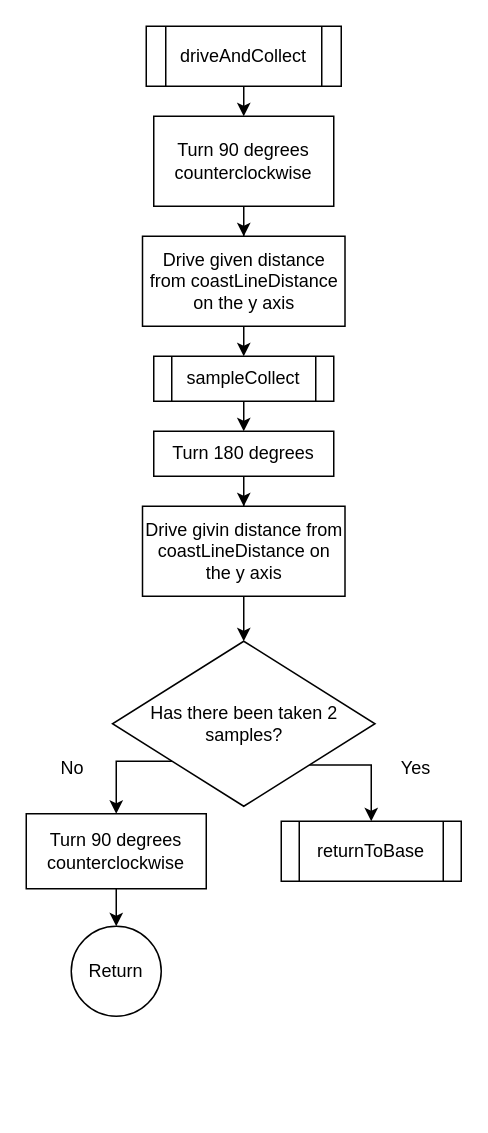
Earlier version of the draw.io diagram Draw/driveAndContinue.drawio (jens1906/P1-project-1.-semester). Source tidied: cells renumbered, new cells numbered last; positions are measured from the earlier drawing's top-left corner, leaving out a move shared by most shapes. Both pictures are drawn from the tidied source at 150%, with x=0, y=0 at pixel (26, 26).
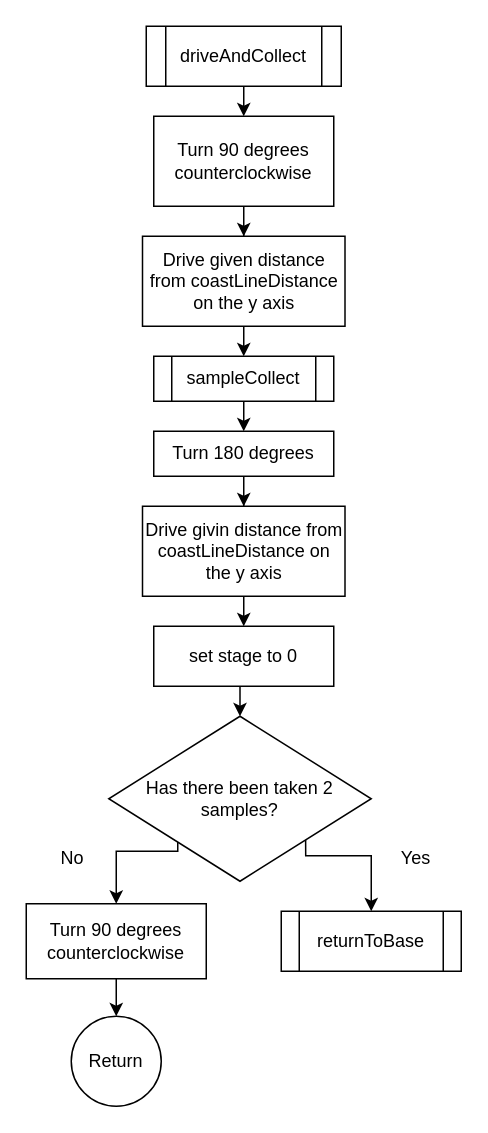
Above is the later version.

The change refers to these unchanged cells:
```xml
<mxCell id="13" value="Drive givin distance from coastLineDistance on the y axis" style="whiteSpace=wrap;html=1;rounded=0;" parent="1" vertex="1">
  <mxGeometry x="77.5" y="320" width="135" height="60" as="geometry" />
</mxCell>
```

What changed in the source:
```diff
@@
-    <mxCell id="12" style="edgeStyle=orthogonalEdgeStyle;rounded=0;jettySize=auto;html=1;exitX=0.5;exitY=1;exitDx=0;exitDy=0;entryX=0.5;entryY=0;entryDx=0;entryDy=0;" parent="1" edge="1" source="13" target="16">
-      <mxGeometry relative="1" as="geometry" />
-    </mxCell>
+    <mxCell id="24" style="edgeStyle=orthogonalEdgeStyle;rounded=0;jettySize=auto;html=1;exitX=0.5;exitY=1;exitDx=0;exitDy=0;entryX=0.5;entryY=0;entryDx=0;entryDy=0;" parent="1" edge="1" source="13" target="26">
+      <mxGeometry relative="1" as="geometry" />
+    </mxCell>
@@
     <mxCell id="14" style="edgeStyle=orthogonalEdgeStyle;rounded=0;jettySize=auto;html=1;exitX=1;exitY=1;exitDx=0;exitDy=0;entryX=0.5;entryY=0;entryDx=0;entryDy=0;" parent="1" edge="1" source="16" target="17">
       <mxGeometry relative="1" as="geometry">
         <Array as="points">
-          <mxPoint x="230" y="493" />
+          <mxPoint x="230" y="553" />
         </Array>
       </mxGeometry>
     </mxCell>
     <mxCell id="15" style="edgeStyle=orthogonalEdgeStyle;rounded=0;jettySize=auto;html=1;exitX=0;exitY=1;exitDx=0;exitDy=0;entryX=0.5;entryY=0;entryDx=0;entryDy=0;" parent="1" edge="1" source="16" target="19">
       <mxGeometry relative="1" as="geometry">
         <Array as="points">
-          <mxPoint x="101" y="490" />
-          <mxPoint x="60" y="490" />
+          <mxPoint x="101" y="550" />
+          <mxPoint x="60" y="550" />
         </Array>
       </mxGeometry>
     </mxCell>
     <mxCell id="16" value="Has there been taken 2 samples?" style="rhombus;whiteSpace=wrap;html=1;" parent="1" vertex="1">
-      <mxGeometry x="57.5" y="410" width="175" height="110" as="geometry" />
+      <mxGeometry x="55" y="460" width="175" height="110" as="geometry" />
     </mxCell>
     <mxCell id="17" value="returnToBase" style="shape=process;whiteSpace=wrap;html=1;backgroundOutline=1;" parent="1" vertex="1">
-      <mxGeometry x="170" y="530" width="120" height="40" as="geometry" />
+      <mxGeometry x="170" y="590" width="120" height="40" as="geometry" />
     </mxCell>
@@
     <mxCell id="19" value="Turn 90 degrees counterclockwise" style="rounded=0;whiteSpace=wrap;html=1;" parent="1" vertex="1">
-      <mxGeometry y="525" width="120" height="50" as="geometry" />
+      <mxGeometry y="585" width="120" height="50" as="geometry" />
     </mxCell>
@@
     <mxCell id="21" value="Yes" style="text;html=1;strokeColor=none;fillColor=none;align=center;verticalAlign=middle;whiteSpace=wrap;rounded=0;" parent="1" vertex="1">
-      <mxGeometry x="230" y="480" width="60" height="30" as="geometry" />
+      <mxGeometry x="230" y="540" width="60" height="30" as="geometry" />
     </mxCell>
     <mxCell id="22" value="No" style="text;html=1;strokeColor=none;fillColor=none;align=center;verticalAlign=middle;whiteSpace=wrap;rounded=0;" parent="1" vertex="1">
-      <mxGeometry x="1" y="480" width="60" height="30" as="geometry" />
+      <mxGeometry x="1" y="540" width="60" height="30" as="geometry" />
     </mxCell>
     <mxCell id="23" value="Return" style="ellipse;whiteSpace=wrap;html=1;" parent="1" vertex="1">
-      <mxGeometry x="30" y="600" width="60" height="60" as="geometry" />
+      <mxGeometry x="30" y="660" width="60" height="60" as="geometry" />
     </mxCell>
+    <mxCell id="25" style="edgeStyle=orthogonalEdgeStyle;rounded=0;jettySize=auto;html=1;exitX=0.5;exitY=1;exitDx=0;exitDy=0;entryX=0.5;entryY=0;entryDx=0;entryDy=0;" parent="1" edge="1" source="26" target="16">
+      <mxGeometry relative="1" as="geometry" />
+    </mxCell>
+    <mxCell id="26" value="set stage to 0" style="rounded=0;whiteSpace=wrap;html=1;" parent="1" vertex="1">
+      <mxGeometry x="85" y="400" width="120" height="40" as="geometry" />
+    </mxCell>
```
